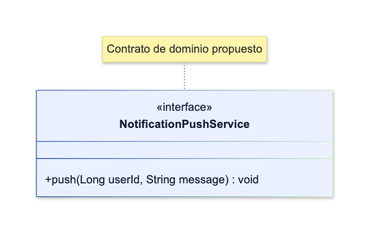
upc-pre-202620-si728-16365-thropic/talki-project-report keeps this Mermaid diagram as assets/diagrams/tactical/10-notifications-classes.png. Above is the earlier version. Its source is kept beside it as assets/diagrams/tactical/10-notifications-classes.mmd.
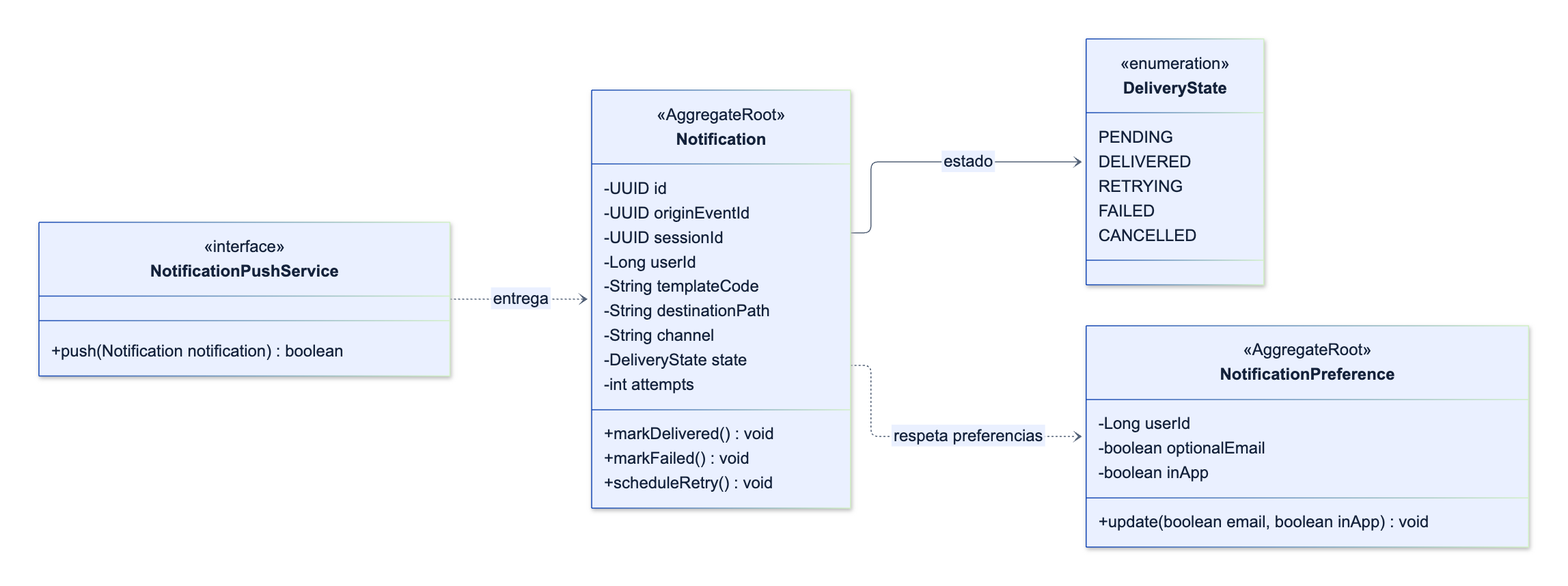
Above is the later version.

Commit message:
docs(5.10): completa modelos y contratos de Notifications

Diff of the diagram source:
```diff
@@ -1,8 +1,39 @@
 classDiagram
-
-    class NotificationPushService {
-        <<interface>>
-        +push(Long userId, String message) void
-    }
-
-    note for NotificationPushService "Contrato de dominio propuesto"
+ direction LR
+class Notification {
+  <<AggregateRoot>>
+  -UUID id
+  -UUID originEventId
+  -UUID sessionId
+  -Long userId
+  -String templateCode
+  -String destinationPath
+  -String channel
+  -DeliveryState state
+  -int attempts
+  +markDelivered() void
+  +markFailed() void
+  +scheduleRetry() void
+}
+class DeliveryState {
+  <<enumeration>>
+  PENDING
+  DELIVERED
+  RETRYING
+  FAILED
+  CANCELLED
+}
+class NotificationPreference {
+  <<AggregateRoot>>
+  -Long userId
+  -boolean optionalEmail
+  -boolean inApp
+  +update(boolean email, boolean inApp) void
+}
+class NotificationPushService {
+  <<interface>>
+  +push(Notification notification) boolean
+}
+Notification --> DeliveryState : estado
+NotificationPushService ..> Notification : entrega
+Notification ..> NotificationPreference : respeta preferencias
```
